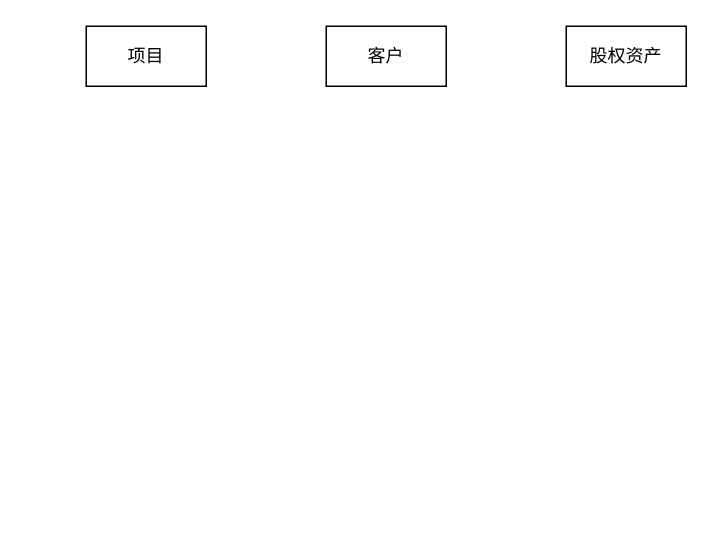
Before: 业务.drawio in BxcGit/draw, a draw.io diagram. Source tidied: cells renumbered, new cells numbered last; positions are measured from the earlier drawing's top-left corner, leaving out a move shared by most shapes. Both pictures are drawn from the tidied source at 150%, with x=0, y=0 at pixel (86, 26).
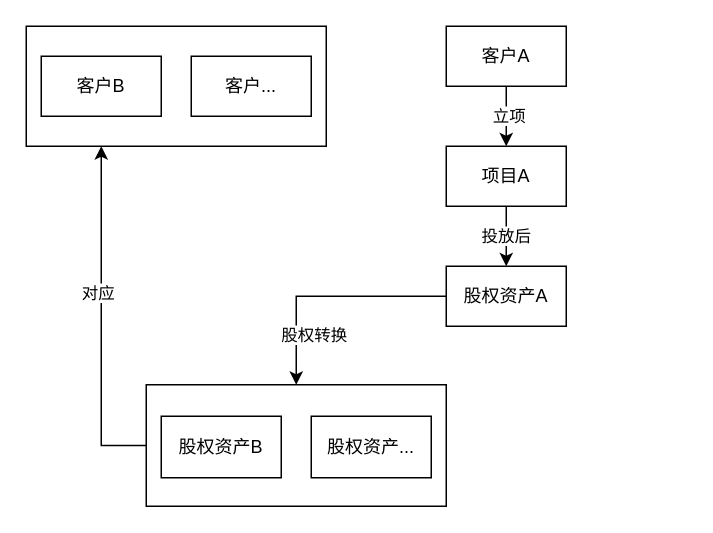
The same page after the edit.

Change to the diagram source:
```diff
@@
 <mxGraphModel>
   <root>
     <mxCell id="0" />
     <mxCell id="1" parent="0" />
+    <mxCell id="5" style="edgeStyle=orthogonalEdgeStyle;rounded=0;jettySize=auto;html=1;entryX=0.25;entryY=1;entryDx=0;entryDy=0;exitX=0;exitY=0.5;exitDx=0;exitDy=0;" parent="1" edge="1" source="7" target="16">
+      <mxGeometry relative="1" as="geometry" />
+    </mxCell>
+    <mxCell id="6" value="对应" style="edgeLabel;html=1;align=center;verticalAlign=middle;" parent="5" vertex="1">
+      <mxGeometry x="0.15" y="2" relative="1" as="geometry" />
+    </mxCell>
+    <mxCell id="7" style="rounded=0;whiteSpace=wrap;html=1;" parent="1" vertex="1">
+      <mxGeometry x="40" y="239" width="200" height="81" as="geometry" />
+    </mxCell>
+    <mxCell id="8" value="股权资产B" style="rounded=0;whiteSpace=wrap;html=1;" parent="1" vertex="1">
+      <mxGeometry x="50" y="260" width="80" height="41" as="geometry" />
+    </mxCell>
+    <mxCell id="9" style="edgeStyle=orthogonalEdgeStyle;rounded=0;jettySize=auto;html=1;" parent="1" edge="1" source="2" target="4">
+      <mxGeometry relative="1" as="geometry" />
+    </mxCell>
+    <mxCell id="10" value="投放后" style="edgeLabel;html=1;align=center;verticalAlign=middle;" parent="9" vertex="1">
+      <mxGeometry x="-0.06" y="-1" relative="1" as="geometry" />
+    </mxCell>
-    <mxCell id="2" value="项目" style="rounded=0;whiteSpace=wrap;html=1;" parent="1" vertex="1">
-      <mxGeometry width="80" height="40" as="geometry" />
+    <mxCell id="2" value="项目A" style="rounded=0;whiteSpace=wrap;html=1;" parent="1" vertex="1">
+      <mxGeometry x="240" y="80" width="80" height="40" as="geometry" />
     </mxCell>
+    <mxCell id="11" style="edgeStyle=orthogonalEdgeStyle;rounded=0;jettySize=auto;html=1;entryX=0.5;entryY=0;entryDx=0;entryDy=0;" parent="1" edge="1" source="3" target="2">
+      <mxGeometry relative="1" as="geometry" />
+    </mxCell>
+    <mxCell id="12" value="立项" style="edgeLabel;html=1;align=center;verticalAlign=middle;" parent="11" vertex="1">
+      <mxGeometry x="-0.06" y="1" relative="1" as="geometry" />
+    </mxCell>
-    <mxCell id="3" value="客户" style="rounded=0;whiteSpace=wrap;html=1;" parent="1" vertex="1">
-      <mxGeometry x="160" width="80" height="40" as="geometry" />
+    <mxCell id="3" value="客户A" style="rounded=0;whiteSpace=wrap;html=1;" parent="1" vertex="1">
+      <mxGeometry x="240" width="80" height="40" as="geometry" />
     </mxCell>
+    <mxCell id="13" style="edgeStyle=orthogonalEdgeStyle;rounded=0;jettySize=auto;html=1;entryX=0.5;entryY=0;entryDx=0;entryDy=0;exitX=0;exitY=0.5;exitDx=0;exitDy=0;" parent="1" edge="1" source="4" target="7">
+      <mxGeometry relative="1" as="geometry" />
+    </mxCell>
+    <mxCell id="14" value="股权转换" style="edgeLabel;html=1;align=center;verticalAlign=middle;" parent="13" vertex="1">
+      <mxGeometry x="0.17" y="1" relative="1" as="geometry">
+        <mxPoint x="4" y="24" as="offset" />
+      </mxGeometry>
+    </mxCell>
-    <mxCell id="4" value="股权资产" style="rounded=0;whiteSpace=wrap;html=1;" parent="1" vertex="1">
-      <mxGeometry x="320" width="80" height="40" as="geometry" />
+    <mxCell id="4" value="股权资产A" style="rounded=0;whiteSpace=wrap;html=1;" parent="1" vertex="1">
+      <mxGeometry x="240" y="160" width="80" height="40" as="geometry" />
     </mxCell>
+    <mxCell id="15" value="股权资产..." style="rounded=0;whiteSpace=wrap;html=1;" parent="1" vertex="1">
+      <mxGeometry x="150" y="260" width="80" height="41" as="geometry" />
+    </mxCell>
+    <mxCell id="16" style="rounded=0;whiteSpace=wrap;html=1;" parent="1" vertex="1">
+      <mxGeometry x="-40" width="200" height="80" as="geometry" />
+    </mxCell>
+    <mxCell id="17" value="客户B" style="rounded=0;whiteSpace=wrap;html=1;" parent="1" vertex="1">
+      <mxGeometry x="-30" y="20" width="80" height="40" as="geometry" />
+    </mxCell>
+    <mxCell id="18" value="客户..." style="rounded=0;whiteSpace=wrap;html=1;" parent="1" vertex="1">
+      <mxGeometry x="70" y="20" width="80" height="40" as="geometry" />
+    </mxCell>
   </root>
 </mxGraphModel>
```
